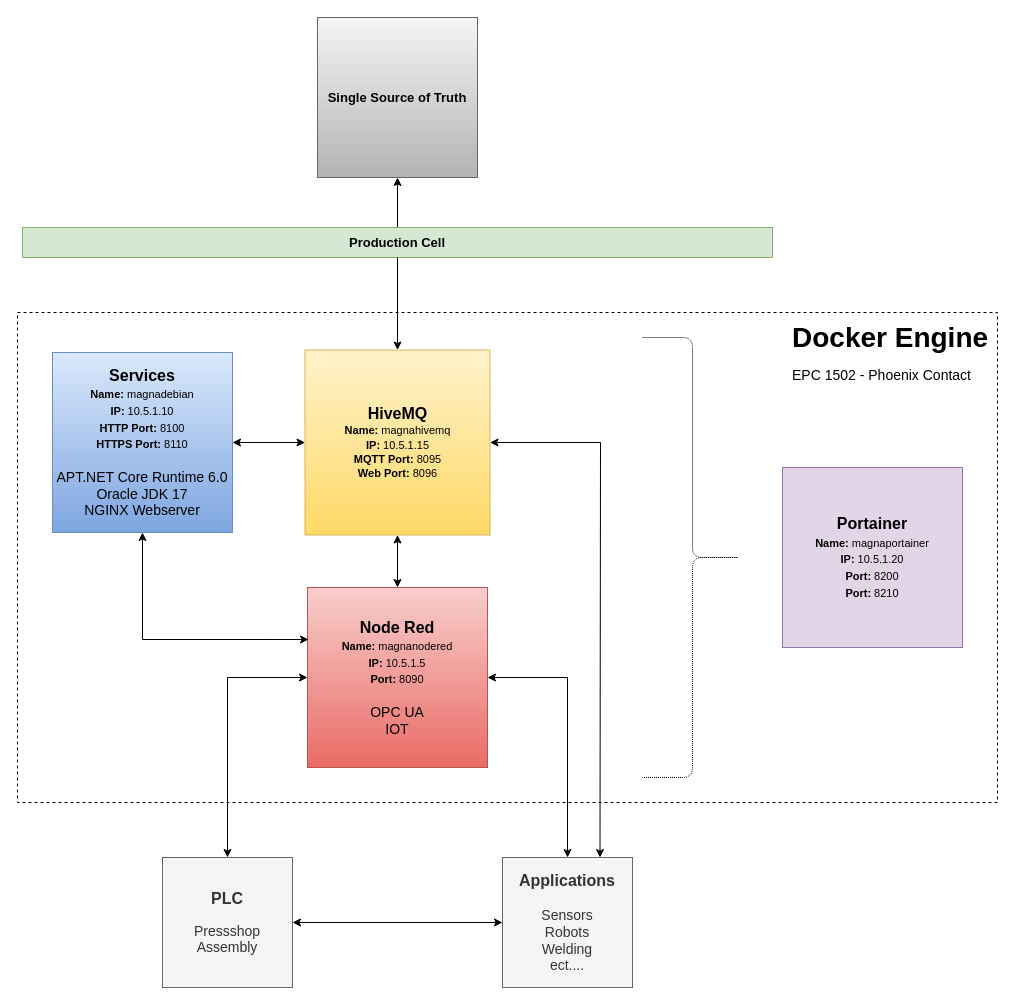
The draw.io diagram Concept/Concept_New.drawio in Richy1989/Docker_DebianBaseImage, before the edit. Source tidied: cells renumbered, new cells numbered last; positions are measured from the earlier drawing's top-left corner, leaving out a move shared by most shapes. Both pictures are drawn from the tidied source at 100%, with x=0, y=0 at pixel (17, 17).
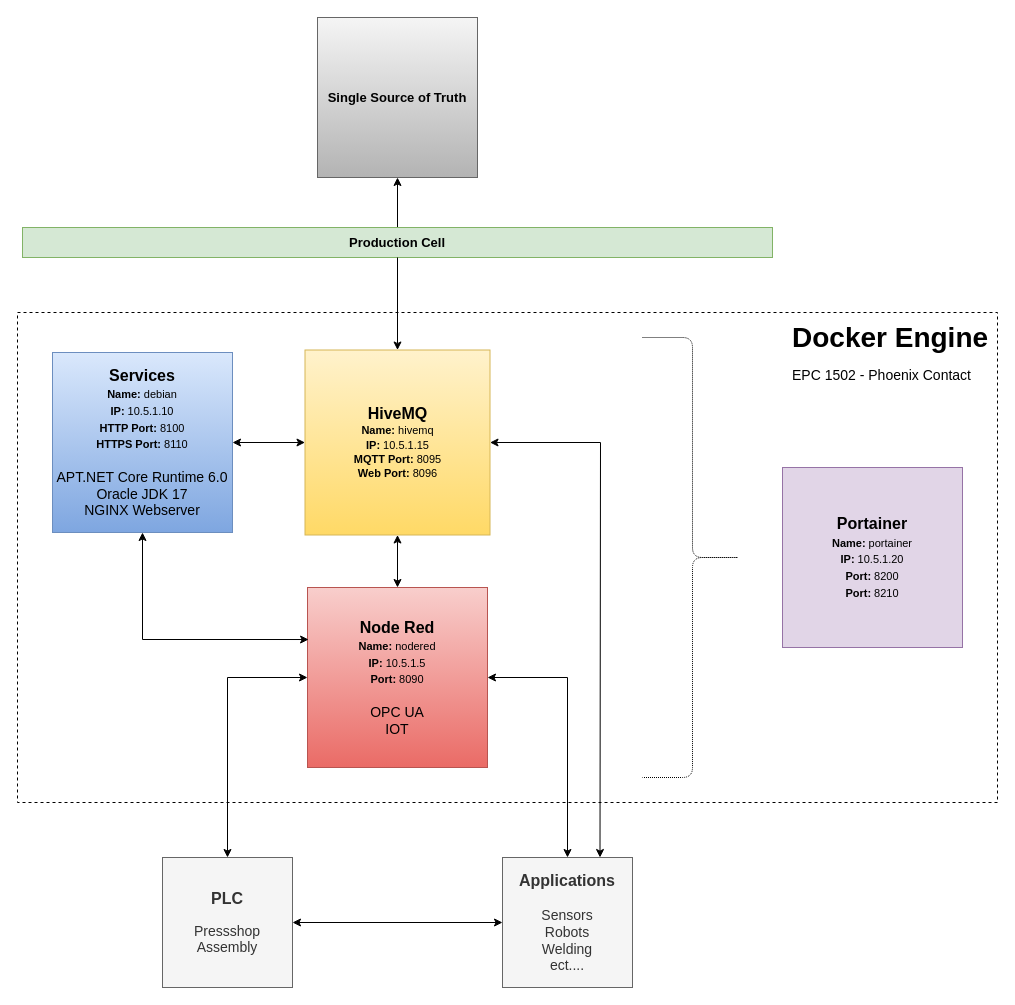
After the change.

The change refers to these unchanged cells:
```xml
<mxCell id="12" style="group;dashed=1;dashPattern=1 4;" parent="1" vertex="1">
  <mxGeometry y="295" width="980" height="490" as="geometry" />
</mxCell>
```

Diff of the diagram source:
```diff
@@
-    <mxCell id="15" value="&lt;font&gt;&lt;b&gt;&lt;font style=&quot;font-size: 16px&quot;&gt;HiveMQ&lt;/font&gt;&lt;/b&gt;&lt;br&gt;&lt;b style=&quot;font-size: 11px&quot;&gt;Name:&lt;/b&gt;&lt;span style=&quot;font-size: 11px&quot;&gt;&amp;nbsp;magnahivemq&lt;/span&gt;&lt;span style=&quot;font-size: 11px&quot;&gt;&lt;b&gt;&lt;br&gt;IP:&lt;/b&gt; 10.5.1.15&lt;br&gt;&lt;b&gt;MQTT Port:&lt;/b&gt; 8095&lt;/span&gt;&lt;br&gt;&lt;span style=&quot;font-size: 11px&quot;&gt;&lt;b&gt;Web Port:&lt;/b&gt; 8096&lt;/span&gt;&lt;br&gt;&lt;/font&gt;" style="whiteSpace=wrap;html=1;fillColor=#fff2cc;strokeColor=#d6b656;gradientColor=#ffd966;" parent="12" vertex="1">
+    <mxCell id="15" value="&lt;font&gt;&lt;b&gt;&lt;font style=&quot;font-size: 16px&quot;&gt;HiveMQ&lt;/font&gt;&lt;/b&gt;&lt;br&gt;&lt;b style=&quot;font-size: 11px&quot;&gt;Name:&lt;/b&gt;&lt;span style=&quot;font-size: 11px&quot;&gt;&amp;nbsp;hivemq&lt;/span&gt;&lt;span style=&quot;font-size: 11px&quot;&gt;&lt;b&gt;&lt;br&gt;IP:&lt;/b&gt; 10.5.1.15&lt;br&gt;&lt;b&gt;MQTT Port:&lt;/b&gt; 8095&lt;/span&gt;&lt;br&gt;&lt;span style=&quot;font-size: 11px&quot;&gt;&lt;b&gt;Web Port:&lt;/b&gt; 8096&lt;/span&gt;&lt;br&gt;&lt;/font&gt;" style="whiteSpace=wrap;html=1;fillColor=#fff2cc;strokeColor=#d6b656;gradientColor=#ffd966;" parent="12" vertex="1">
       <mxGeometry x="287.5" y="37.5" width="185" height="185" as="geometry" />
     </mxCell>
-    <mxCell id="16" value="&lt;font style=&quot;font-size: 14px&quot;&gt;&lt;span style=&quot;font-size: 16px&quot;&gt;&lt;b&gt;Node Red&lt;br&gt;&lt;/b&gt;&lt;/span&gt;&lt;b style=&quot;font-size: 11px&quot;&gt;Name:&lt;/b&gt;&lt;span style=&quot;font-size: 11px&quot;&gt;&amp;nbsp;magnanodered&lt;/span&gt;&lt;span style=&quot;font-size: 11px&quot;&gt;&lt;b&gt;&lt;br&gt;IP:&lt;/b&gt; 10.5.1.5&lt;br&gt;&lt;b&gt;Port:&lt;/b&gt; 8090&lt;br&gt;&lt;/span&gt;&lt;br&gt;OPC UA&lt;br&gt;IOT&lt;br&gt;&lt;/font&gt;" style="whiteSpace=wrap;html=1;fillColor=#f8cecc;strokeColor=#b85450;gradientColor=#ea6b66;" parent="12" vertex="1">
+    <mxCell id="16" value="&lt;font style=&quot;font-size: 14px&quot;&gt;&lt;span style=&quot;font-size: 16px&quot;&gt;&lt;b&gt;Node Red&lt;br&gt;&lt;/b&gt;&lt;/span&gt;&lt;b style=&quot;font-size: 11px&quot;&gt;Name:&lt;/b&gt;&lt;span style=&quot;font-size: 11px&quot;&gt;&amp;nbsp;nodered&lt;/span&gt;&lt;span style=&quot;font-size: 11px&quot;&gt;&lt;b&gt;&lt;br&gt;IP:&lt;/b&gt; 10.5.1.5&lt;br&gt;&lt;b&gt;Port:&lt;/b&gt; 8090&lt;br&gt;&lt;/span&gt;&lt;br&gt;OPC UA&lt;br&gt;IOT&lt;br&gt;&lt;/font&gt;" style="whiteSpace=wrap;html=1;fillColor=#f8cecc;strokeColor=#b85450;gradientColor=#ea6b66;" parent="12" vertex="1">
       <mxGeometry x="290" y="275" width="180" height="180" as="geometry" />
     </mxCell>
-    <mxCell id="17" value="&lt;font style=&quot;font-size: 14px&quot;&gt;&lt;b&gt;&lt;font style=&quot;font-size: 16px&quot;&gt;Services&lt;/font&gt;&lt;/b&gt;&lt;br&gt;&lt;b style=&quot;font-size: 11px&quot;&gt;Name:&lt;/b&gt;&lt;span style=&quot;font-size: 11px&quot;&gt;&amp;nbsp;magnadebian&lt;/span&gt;&lt;span style=&quot;font-size: 11px&quot;&gt;&lt;b&gt;&lt;br&gt;IP:&lt;/b&gt; 10.5.1.10&lt;br&gt;&lt;b&gt;HTTP Port:&lt;/b&gt; 8100&lt;/span&gt;&lt;br&gt;&lt;span style=&quot;font-size: 11px&quot;&gt;&lt;b&gt;HTTPS Port:&lt;/b&gt; 8110&lt;br&gt;&lt;/span&gt;&lt;br&gt;APT.NET Core Runtime 6.0&lt;br&gt;Oracle JDK 17&lt;br&gt;NGINX Webserver&lt;br&gt;&lt;/font&gt;" style="whiteSpace=wrap;html=1;fillColor=#dae8fc;strokeColor=#6c8ebf;gradientColor=#7ea6e0;" parent="12" vertex="1">
+    <mxCell id="17" value="&lt;font style=&quot;font-size: 14px&quot;&gt;&lt;b&gt;&lt;font style=&quot;font-size: 16px&quot;&gt;Services&lt;/font&gt;&lt;/b&gt;&lt;br&gt;&lt;b style=&quot;font-size: 11px&quot;&gt;Name:&lt;/b&gt;&lt;span style=&quot;font-size: 11px&quot;&gt;&amp;nbsp;debian&lt;/span&gt;&lt;span style=&quot;font-size: 11px&quot;&gt;&lt;b&gt;&lt;br&gt;IP:&lt;/b&gt; 10.5.1.10&lt;br&gt;&lt;b&gt;HTTP Port:&lt;/b&gt; 8100&lt;/span&gt;&lt;br&gt;&lt;span style=&quot;font-size: 11px&quot;&gt;&lt;b&gt;HTTPS Port:&lt;/b&gt; 8110&lt;br&gt;&lt;/span&gt;&lt;br&gt;APT.NET Core Runtime 6.0&lt;br&gt;Oracle JDK 17&lt;br&gt;NGINX Webserver&lt;br&gt;&lt;/font&gt;" style="whiteSpace=wrap;html=1;fillColor=#dae8fc;strokeColor=#6c8ebf;gradientColor=#7ea6e0;" parent="12" vertex="1">
       <mxGeometry x="35" y="40" width="180" height="180" as="geometry" />
     </mxCell>
@@
-    <mxCell id="21" value="&lt;font style=&quot;font-size: 14px&quot;&gt;&lt;b&gt;&lt;font style=&quot;font-size: 16px&quot;&gt;Portainer&lt;/font&gt;&lt;/b&gt;&lt;br&gt;&lt;b style=&quot;font-size: 11px&quot;&gt;Name:&lt;/b&gt;&lt;span style=&quot;font-size: 11px&quot;&gt;&amp;nbsp;magnaportainer&lt;/span&gt;&lt;span style=&quot;font-size: 11px&quot;&gt;&lt;b&gt;&lt;br&gt;IP:&lt;/b&gt; 10.5.1.20&lt;br&gt;&lt;b&gt;Port:&lt;/b&gt; 8200&lt;/span&gt;&lt;br&gt;&lt;span style=&quot;font-size: 11px&quot;&gt;&lt;b&gt;Port:&lt;/b&gt; 8210&lt;/span&gt;&lt;br&gt;&lt;/font&gt;" style="whiteSpace=wrap;html=1;fillColor=#e1d5e7;strokeColor=#9673a6;" parent="12" vertex="1">
+    <mxCell id="21" value="&lt;font style=&quot;font-size: 14px&quot;&gt;&lt;b&gt;&lt;font style=&quot;font-size: 16px&quot;&gt;Portainer&lt;/font&gt;&lt;/b&gt;&lt;br&gt;&lt;b style=&quot;font-size: 11px&quot;&gt;Name:&lt;/b&gt;&lt;span style=&quot;font-size: 11px&quot;&gt;&amp;nbsp;portainer&lt;/span&gt;&lt;span style=&quot;font-size: 11px&quot;&gt;&lt;b&gt;&lt;br&gt;IP:&lt;/b&gt; 10.5.1.20&lt;br&gt;&lt;b&gt;Port:&lt;/b&gt; 8200&lt;/span&gt;&lt;br&gt;&lt;span style=&quot;font-size: 11px&quot;&gt;&lt;b&gt;Port:&lt;/b&gt; 8210&lt;/span&gt;&lt;br&gt;&lt;/font&gt;" style="whiteSpace=wrap;html=1;fillColor=#e1d5e7;strokeColor=#9673a6;" parent="12" vertex="1">
       <mxGeometry x="765" y="155" width="180" height="180" as="geometry" />
     </mxCell>
```
